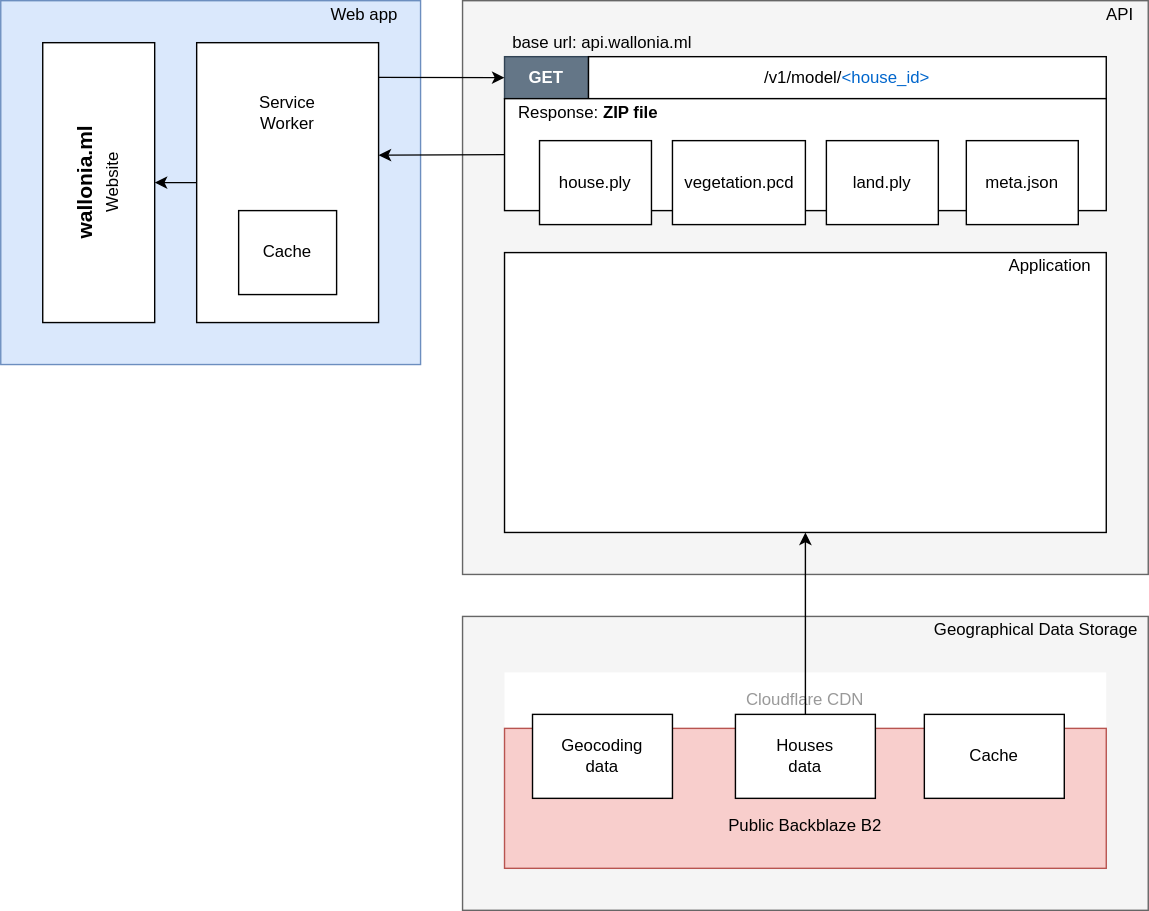
Joffreybvn/3D_houses keeps this draw.io diagram as doc/program_structure.svg. Above is the earlier version. Source tidied: cells renumbered, new cells last; positions are measured from the earlier drawing's top-left corner, leaving out a move shared by most shapes.
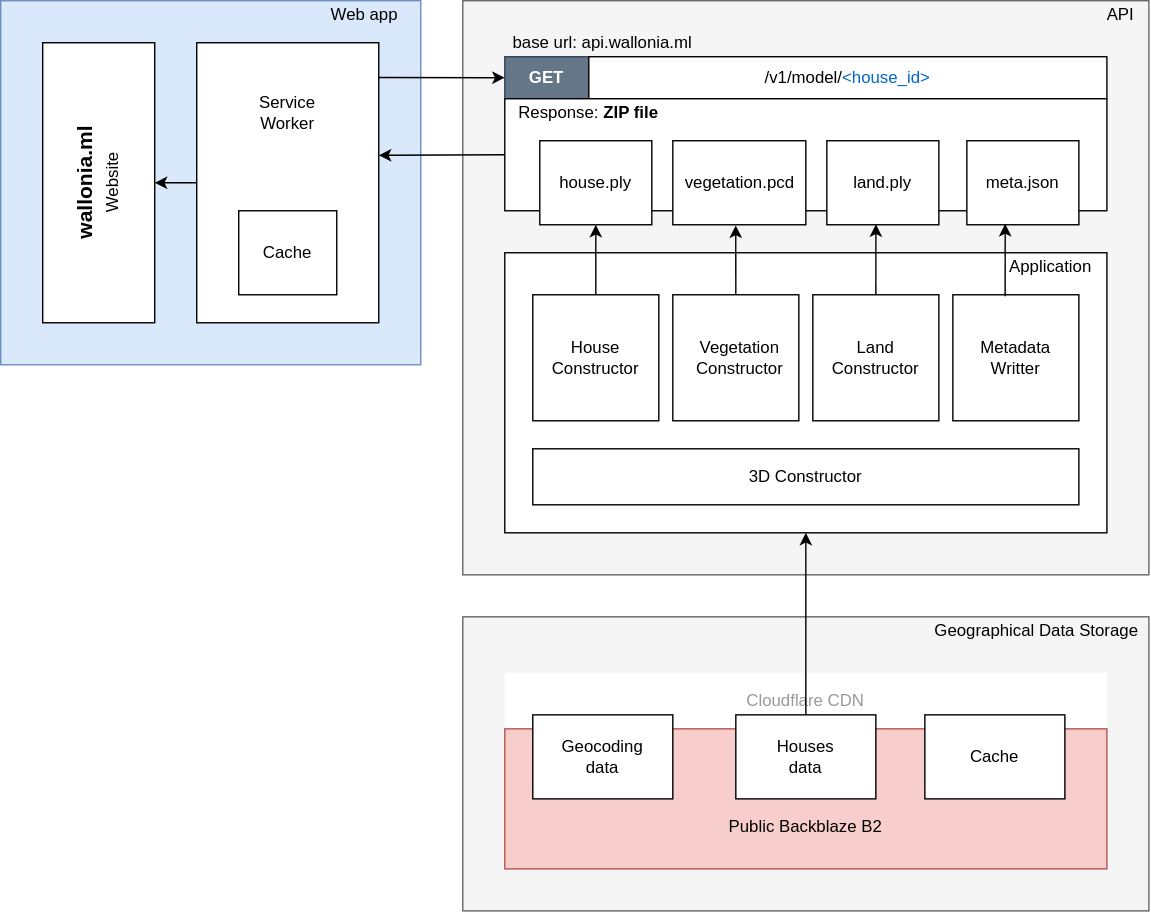
Later version of the same file.

What changed in the source:
```diff
@@ -134,5 +134,47 @@
     <mxCell id="45" style="endArrow=classic;html=1;exitX=0;exitY=0.5;exitDx=0;exitDy=0;entryX=1;entryY=0.5;entryDx=0;entryDy=0;" parent="1" edge="1" source="25" target="29">
       <mxGeometry relative="1" as="geometry" />
     </mxCell>
+    <mxCell id="46" style="rounded=0;whiteSpace=wrap;html=1;" parent="1" vertex="1">
+      <mxGeometry x="400" y="320" width="390" height="40" as="geometry" />
+    </mxCell>
+    <mxCell id="47" value="3D Constructor" style="text;html=1;strokeColor=none;fillColor=none;align=center;verticalAlign=middle;whiteSpace=wrap;rounded=0;" parent="1" vertex="1">
+      <mxGeometry x="510" y="330" width="170" height="20" as="geometry" />
+    </mxCell>
+    <mxCell id="48" style="rounded=0;whiteSpace=wrap;html=1;" parent="1" vertex="1">
+      <mxGeometry x="400" y="210" width="90" height="90" as="geometry" />
+    </mxCell>
+    <mxCell id="49" style="rounded=0;whiteSpace=wrap;html=1;" parent="1" vertex="1">
+      <mxGeometry x="700" y="210" width="90" height="90" as="geometry" />
+    </mxCell>
+    <mxCell id="50" style="rounded=0;whiteSpace=wrap;html=1;" parent="1" vertex="1">
+      <mxGeometry x="600" y="210" width="90" height="90" as="geometry" />
+    </mxCell>
+    <mxCell id="51" style="rounded=0;whiteSpace=wrap;html=1;" parent="1" vertex="1">
+      <mxGeometry x="500" y="210" width="90" height="90" as="geometry" />
+    </mxCell>
+    <mxCell id="52" value="House&lt;br&gt;Constructor" style="text;html=1;strokeColor=none;fillColor=none;align=center;verticalAlign=middle;whiteSpace=wrap;rounded=0;" parent="1" vertex="1">
+      <mxGeometry x="425" y="245" width="40" height="20" as="geometry" />
+    </mxCell>
+    <mxCell id="53" value="Vegetation&lt;br&gt;Constructor" style="text;html=1;strokeColor=none;fillColor=none;align=center;verticalAlign=middle;whiteSpace=wrap;rounded=0;" parent="1" vertex="1">
+      <mxGeometry x="527.5" y="245" width="40" height="20" as="geometry" />
+    </mxCell>
+    <mxCell id="54" value="Land&lt;br&gt;Constructor" style="text;html=1;strokeColor=none;fillColor=none;align=center;verticalAlign=middle;whiteSpace=wrap;rounded=0;" parent="1" vertex="1">
+      <mxGeometry x="625" y="245" width="40" height="20" as="geometry" />
+    </mxCell>
+    <mxCell id="55" value="Metadata&lt;br&gt;Writter" style="text;html=1;strokeColor=none;fillColor=none;align=center;verticalAlign=middle;whiteSpace=wrap;rounded=0;" parent="1" vertex="1">
+      <mxGeometry x="725" y="245" width="40" height="20" as="geometry" />
+    </mxCell>
+    <mxCell id="56" style="endArrow=classic;html=1;exitX=0.5;exitY=0;exitDx=0;exitDy=0;entryX=0.5;entryY=1;entryDx=0;entryDy=0;" parent="1" edge="1" source="48" target="33">
+      <mxGeometry relative="1" as="geometry" />
+    </mxCell>
+    <mxCell id="57" style="endArrow=classic;html=1;exitX=0.5;exitY=0;exitDx=0;exitDy=0;entryX=0.473;entryY=1.008;entryDx=0;entryDy=0;entryPerimeter=0;" parent="1" edge="1" source="51" target="35">
+      <mxGeometry relative="1" as="geometry" />
+    </mxCell>
+    <mxCell id="58" style="endArrow=classic;html=1;exitX=0.5;exitY=0;exitDx=0;exitDy=0;entryX=0.438;entryY=0.994;entryDx=0;entryDy=0;entryPerimeter=0;" parent="1" edge="1" source="50" target="36">
+      <mxGeometry relative="1" as="geometry" />
+    </mxCell>
+    <mxCell id="59" style="endArrow=classic;html=1;exitX=0.415;exitY=0.011;exitDx=0;exitDy=0;exitPerimeter=0;entryX=0.342;entryY=0.989;entryDx=0;entryDy=0;entryPerimeter=0;" parent="1" edge="1" source="49" target="37">
+      <mxGeometry relative="1" as="geometry" />
+    </mxCell>
   </root>
 </mxGraphModel>
```
